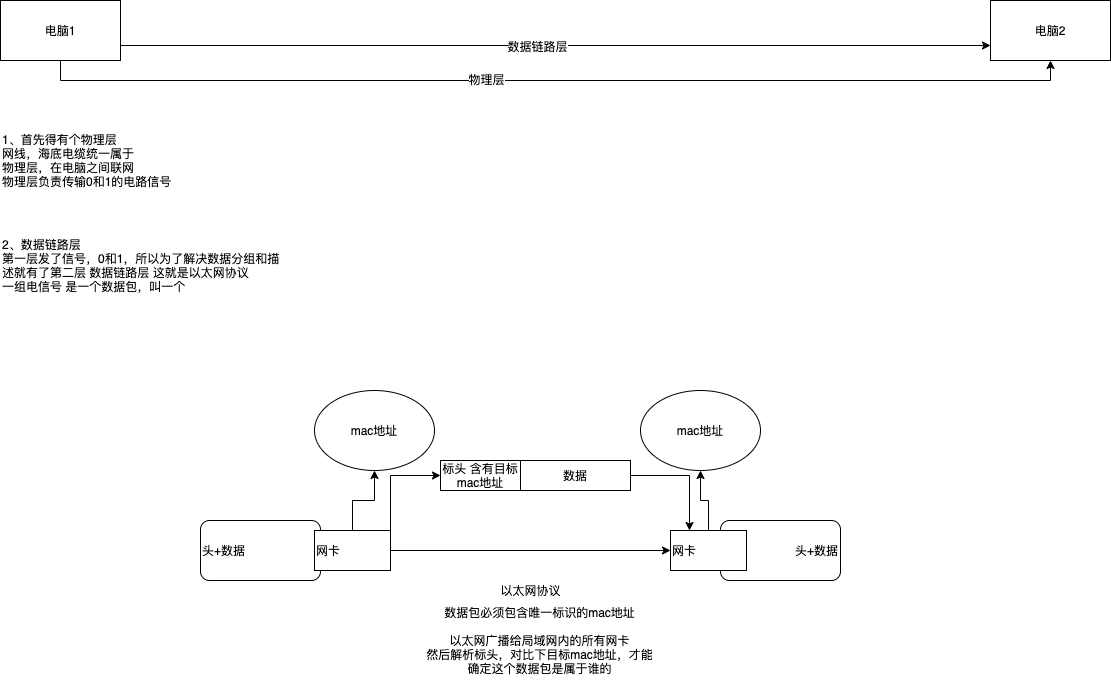
Before: cs/tcp-ip-model.png, a diagram exported from draw.io (sivanbil/architecthure-diagram). Source tidied: cells renumbered, new cells last; positions are measured from the earlier drawing's top-left corner, leaving out a move shared by most shapes.
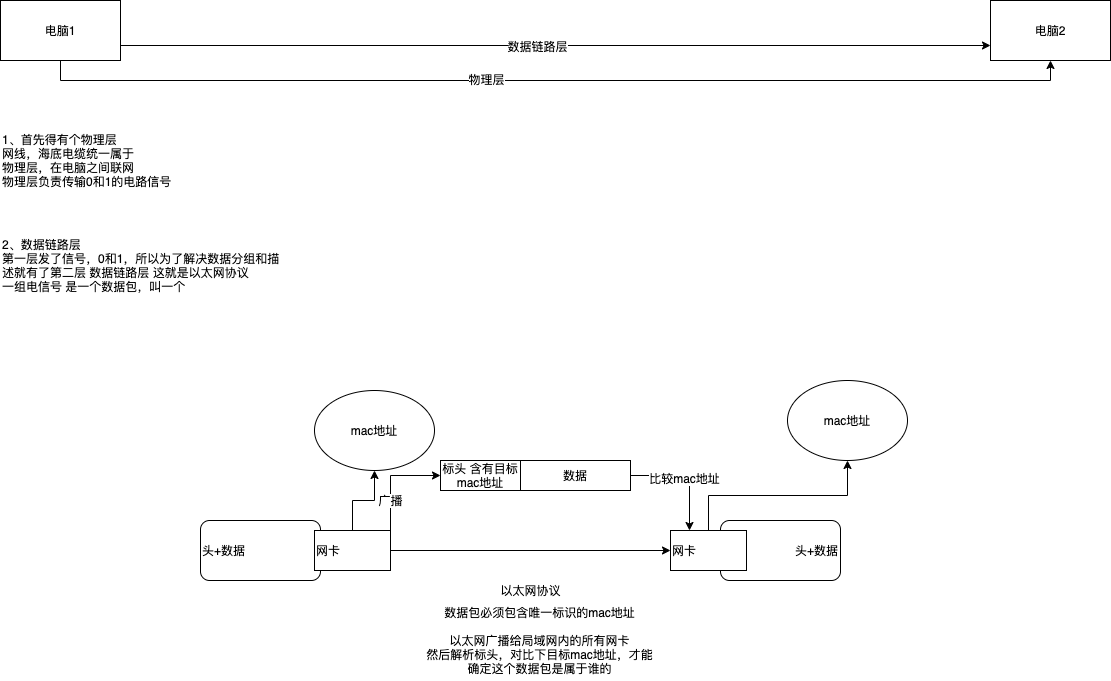
Later version of the same file.

The edit, as a diff of the source:
```diff
@@ -41,6 +41,9 @@
     <mxCell id="14" style="edgeStyle=orthogonalEdgeStyle;rounded=0;jettySize=auto;html=1;exitX=1;exitY=0;exitDx=0;exitDy=0;entryX=0;entryY=0.5;entryDx=0;entryDy=0;" parent="1" edge="1" source="15" target="22">
       <mxGeometry relative="1" as="geometry" />
     </mxCell>
+    <mxCell id="25" value="广播" style="edgeLabel;html=1;align=center;verticalAlign=middle;" parent="14" vertex="1">
+      <mxGeometry x="-0.41" y="1" relative="1" as="geometry" />
+    </mxCell>
     <mxCell id="15" value="网卡" style="rounded=0;whiteSpace=wrap;html=1;align=left;" parent="1" vertex="1">
       <mxGeometry x="314" y="530" width="76" height="40" as="geometry" />
     </mxCell>
@@ -54,7 +57,7 @@
       <mxGeometry x="314" y="390" width="120" height="80" as="geometry" />
     </mxCell>
     <mxCell id="19" value="mac地址" style="ellipse;whiteSpace=wrap;html=1;align=center;" parent="1" vertex="1">
-      <mxGeometry x="640" y="390" width="120" height="80" as="geometry" />
+      <mxGeometry x="787" y="380" width="120" height="80" as="geometry" />
     </mxCell>
     <mxCell id="20" value="以太网协议" style="text;html=1;align=center;verticalAlign=middle;strokeColor=none;" parent="1" vertex="1">
       <mxGeometry x="490" y="580" width="80" height="20" as="geometry" />
@@ -68,6 +71,9 @@
     <mxCell id="23" style="edgeStyle=orthogonalEdgeStyle;rounded=0;jettySize=auto;html=1;exitX=1;exitY=0.5;exitDx=0;exitDy=0;entryX=0.25;entryY=0;entryDx=0;entryDy=0;" parent="1" edge="1" source="24" target="17">
       <mxGeometry relative="1" as="geometry" />
     </mxCell>
+    <mxCell id="26" value="比较mac地址" style="edgeLabel;html=1;align=center;verticalAlign=middle;" parent="23" vertex="1">
+      <mxGeometry x="-0.07" y="-2" relative="1" as="geometry" />
+    </mxCell>
     <mxCell id="24" value="数据" style="rounded=0;whiteSpace=wrap;html=1;align=center;" parent="1" vertex="1">
       <mxGeometry x="520" y="460" width="110" height="30" as="geometry" />
     </mxCell>
```
